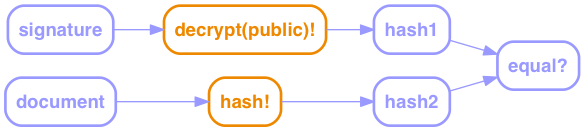
Before: img/signature-2.png, a diagram exported from Graphviz (bluegraybox/BTCSplain). Its source is kept beside it as img/signature-2.gv.
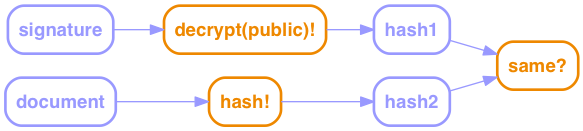
The same diagram one commit later.

Change to the diagram source:
```diff
@@ -18,12 +18,13 @@
     ];
     "hash!" [color="#ee8800", fontcolor="#ee8800"]
     "decrypt(public)!" [color="#ee8800", fontcolor="#ee8800"]
+    "same?" [color="#ee8800", fontcolor="#ee8800"]
 
     signature -> "decrypt(public)!"
     "decrypt(public)!" -> hash1
-    hash2 -> "equal?"
+    hash2 -> "same?"
 
     document -> "hash!"
     "hash!" -> hash2
-    hash1 -> "equal?"
+    hash1 -> "same?"
 }
```
